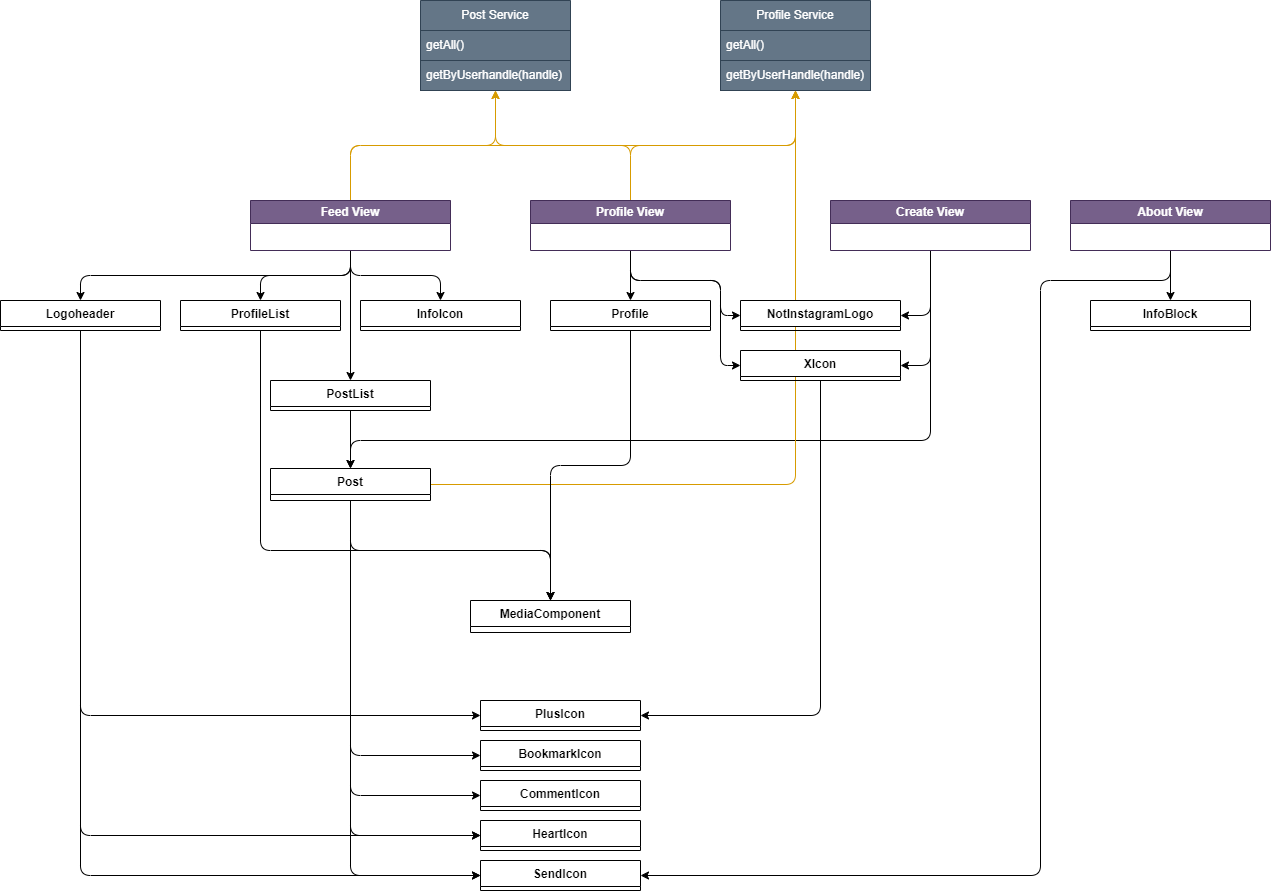
Before: paper/diagrams/uml.png, a diagram exported from draw.io (andreasnicklaus/master). Source tidied: cells renumbered, new cells last; positions are measured from the earlier drawing's top-left corner, leaving out a move shared by most shapes.
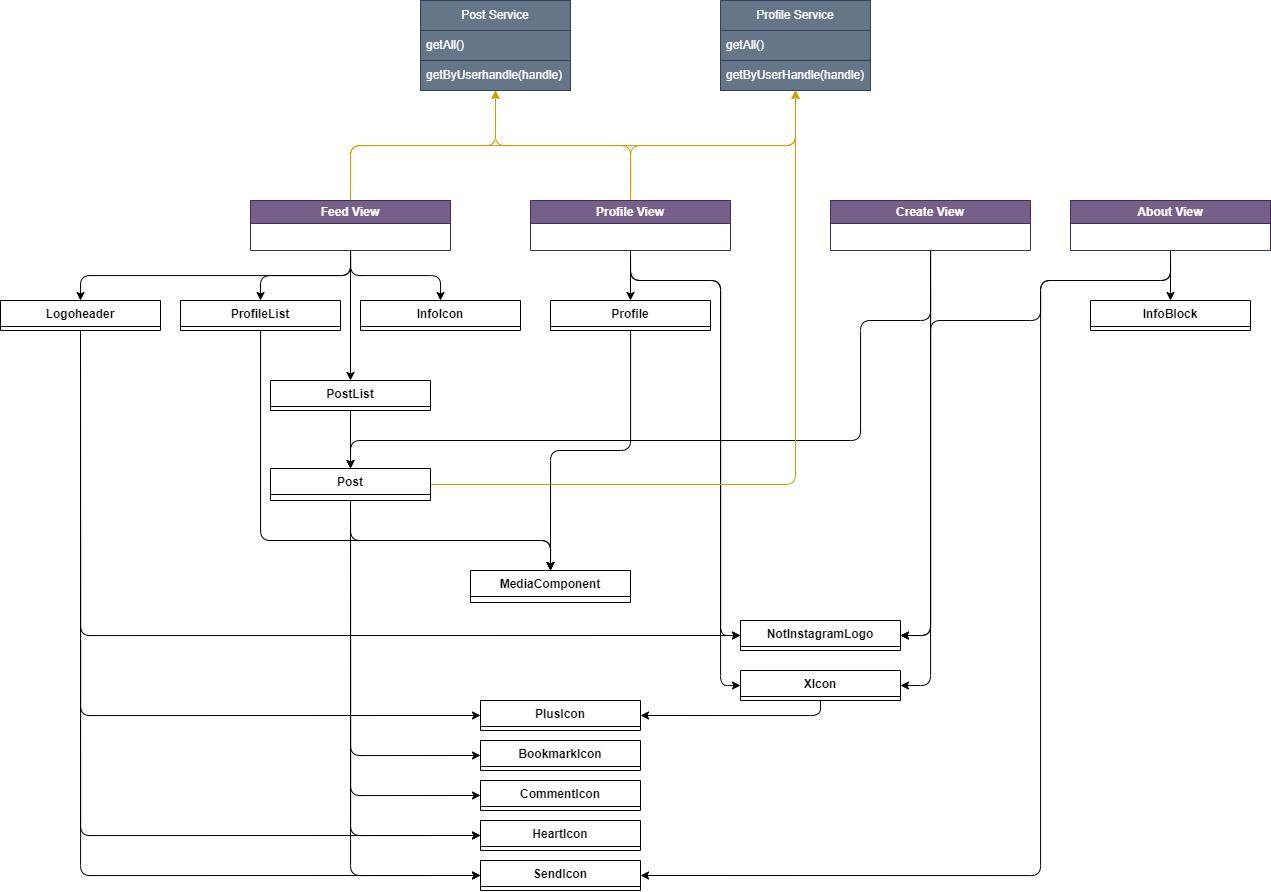
After the commit.

The edit, as a diff of the source:
```diff
@@ -2,6 +2,18 @@
   <root>
     <mxCell id="0" />
     <mxCell id="1" parent="0" />
+    <mxCell id="33" style="edgeStyle=orthogonalEdgeStyle;html=1;entryX=0;entryY=0.5;entryDx=0;entryDy=0;exitX=0.5;exitY=1;exitDx=0;exitDy=0;" parent="1" edge="1" source="38" target="40">
+      <mxGeometry relative="1" as="geometry" />
+    </mxCell>
+    <mxCell id="34" style="edgeStyle=orthogonalEdgeStyle;html=1;entryX=0;entryY=0.5;entryDx=0;entryDy=0;exitX=0.5;exitY=1;exitDx=0;exitDy=0;" parent="1" edge="1" source="38" target="41">
+      <mxGeometry relative="1" as="geometry" />
+    </mxCell>
+    <mxCell id="36" style="edgeStyle=orthogonalEdgeStyle;html=1;entryX=0;entryY=0.5;entryDx=0;entryDy=0;exitX=0.5;exitY=1;exitDx=0;exitDy=0;" parent="1" edge="1" source="38" target="45">
+      <mxGeometry relative="1" as="geometry" />
+    </mxCell>
+    <mxCell id="50" style="edgeStyle=orthogonalEdgeStyle;html=1;entryX=0;entryY=0.5;entryDx=0;entryDy=0;exitX=0.5;exitY=1;exitDx=0;exitDy=0;" parent="1" edge="1" source="52" target="42">
+      <mxGeometry relative="1" as="geometry" />
+    </mxCell>
     <mxCell id="2" style="edgeStyle=orthogonalEdgeStyle;html=1;entryX=0.5;entryY=0;entryDx=0;entryDy=0;" parent="1" edge="1" source="8" target="29">
       <mxGeometry relative="1" as="geometry" />
     </mxCell>
@@ -40,7 +52,7 @@
         <Array as="points">
           <mxPoint x="630" y="280" />
           <mxPoint x="720" y="280" />
-          <mxPoint x="720" y="315" />
+          <mxPoint x="720" y="635" />
         </Array>
       </mxGeometry>
     </mxCell>
@@ -49,7 +61,7 @@
         <Array as="points">
           <mxPoint x="630" y="280" />
           <mxPoint x="720" y="280" />
-          <mxPoint x="720" y="365" />
+          <mxPoint x="720" y="685" />
         </Array>
       </mxGeometry>
     </mxCell>
@@ -65,16 +77,26 @@
     <mxCell id="18" style="edgeStyle=orthogonalEdgeStyle;html=1;entryX=0.5;entryY=0;entryDx=0;entryDy=0;exitX=0.5;exitY=1;exitDx=0;exitDy=0;" parent="1" edge="1" source="21" target="38">
       <mxGeometry relative="1" as="geometry">
         <Array as="points">
-          <mxPoint x="930" y="440" />
+          <mxPoint x="930" y="320" />
+          <mxPoint x="860" y="320" />
+          <mxPoint x="860" y="440" />
           <mxPoint x="350" y="440" />
         </Array>
       </mxGeometry>
     </mxCell>
     <mxCell id="19" style="edgeStyle=orthogonalEdgeStyle;html=1;entryX=1;entryY=0.5;entryDx=0;entryDy=0;" parent="1" edge="1" source="21" target="53">
-      <mxGeometry relative="1" as="geometry" />
+      <mxGeometry relative="1" as="geometry">
+        <Array as="points">
+          <mxPoint x="930" y="635" />
+        </Array>
+      </mxGeometry>
     </mxCell>
     <mxCell id="20" style="edgeStyle=orthogonalEdgeStyle;html=1;entryX=1;entryY=0.5;entryDx=0;entryDy=0;" parent="1" edge="1" source="21" target="47">
-      <mxGeometry relative="1" as="geometry" />
+      <mxGeometry relative="1" as="geometry">
+        <Array as="points">
+          <mxPoint x="930" y="685" />
+        </Array>
+      </mxGeometry>
     </mxCell>
     <mxCell id="21" value="Create View" style="swimlane;whiteSpace=wrap;html=1;startSize=23;fillColor=#76608a;fontColor=#ffffff;strokeColor=#432D57;" parent="1" vertex="1">
       <mxGeometry x="830" y="200" width="200" height="50" as="geometry" />
@@ -91,6 +113,17 @@
         </Array>
       </mxGeometry>
     </mxCell>
+    <mxCell id="56" style="edgeStyle=orthogonalEdgeStyle;html=1;entryX=1;entryY=0.5;entryDx=0;entryDy=0;exitX=0.5;exitY=1;exitDx=0;exitDy=0;" parent="1" edge="1" source="24" target="53">
+      <mxGeometry relative="1" as="geometry">
+        <Array as="points">
+          <mxPoint x="1170" y="280" />
+          <mxPoint x="1040" y="280" />
+          <mxPoint x="1040" y="320" />
+          <mxPoint x="930" y="320" />
+          <mxPoint x="930" y="635" />
+        </Array>
+      </mxGeometry>
+    </mxCell>
     <mxCell id="24" value="About View" style="swimlane;whiteSpace=wrap;html=1;fillColor=#76608a;fontColor=#ffffff;strokeColor=#432D57;" parent="1" vertex="1">
       <mxGeometry x="1070" y="200" width="200" height="50" as="geometry" />
     </mxCell>
@@ -106,8 +139,8 @@
     <mxCell id="28" style="edgeStyle=orthogonalEdgeStyle;html=1;entryX=0.5;entryY=0;entryDx=0;entryDy=0;" parent="1" edge="1" source="29" target="39">
       <mxGeometry relative="1" as="geometry">
         <Array as="points">
-          <mxPoint x="260" y="550" />
-          <mxPoint x="550" y="550" />
+          <mxPoint x="260" y="540" />
+          <mxPoint x="550" y="540" />
         </Array>
       </mxGeometry>
     </mxCell>
@@ -121,20 +154,16 @@
       <mxGeometry x="270" y="380" width="160" height="30" as="geometry" />
     </mxCell>
     <mxCell id="32" style="edgeStyle=orthogonalEdgeStyle;html=1;entryX=0.5;entryY=0;entryDx=0;entryDy=0;exitX=0.5;exitY=1;exitDx=0;exitDy=0;" parent="1" edge="1" source="38" target="39">
-      <mxGeometry relative="1" as="geometry" />
+      <mxGeometry relative="1" as="geometry">
+        <Array as="points">
+          <mxPoint x="350" y="540" />
+          <mxPoint x="550" y="540" />
+        </Array>
+      </mxGeometry>
     </mxCell>
-    <mxCell id="33" style="edgeStyle=orthogonalEdgeStyle;html=1;entryX=0;entryY=0.5;entryDx=0;entryDy=0;exitX=0.5;exitY=1;exitDx=0;exitDy=0;" parent="1" edge="1" source="38" target="40">
-      <mxGeometry relative="1" as="geometry" />
-    </mxCell>
-    <mxCell id="34" style="edgeStyle=orthogonalEdgeStyle;html=1;entryX=0;entryY=0.5;entryDx=0;entryDy=0;exitX=0.5;exitY=1;exitDx=0;exitDy=0;" parent="1" edge="1" source="38" target="41">
-      <mxGeometry relative="1" as="geometry" />
-    </mxCell>
     <mxCell id="35" style="edgeStyle=orthogonalEdgeStyle;html=1;entryX=0;entryY=0.5;entryDx=0;entryDy=0;exitX=0.5;exitY=1;exitDx=0;exitDy=0;" parent="1" edge="1" source="38" target="42">
       <mxGeometry relative="1" as="geometry" />
     </mxCell>
-    <mxCell id="36" style="edgeStyle=orthogonalEdgeStyle;html=1;entryX=0;entryY=0.5;entryDx=0;entryDy=0;exitX=0.5;exitY=1;exitDx=0;exitDy=0;" parent="1" edge="1" source="38" target="45">
-      <mxGeometry relative="1" as="geometry" />
-    </mxCell>
     <mxCell id="37" style="edgeStyle=orthogonalEdgeStyle;html=1;entryX=0.5;entryY=1;entryDx=0;entryDy=0;fillColor=#ffe6cc;strokeColor=#d79b00;" parent="1" edge="1" source="38" target="25">
       <mxGeometry relative="1" as="geometry" />
     </mxCell>
@@ -142,7 +171,7 @@
       <mxGeometry x="270" y="468" width="160" height="32" as="geometry" />
     </mxCell>
     <mxCell id="39" value="MediaComponent" style="swimlane;fontStyle=1;align=center;verticalAlign=top;horizontal=1;startSize=26;" parent="1" vertex="1">
-      <mxGeometry x="470" y="600" width="160" height="32" as="geometry" />
+      <mxGeometry x="470" y="570" width="160" height="32" as="geometry" />
     </mxCell>
     <mxCell id="40" value="BookmarkIcon" style="swimlane;fontStyle=1;align=center;verticalAlign=top;horizontal=1;startSize=26;" parent="1" vertex="1">
       <mxGeometry x="480" y="740" width="160" height="30" as="geometry" />
@@ -166,7 +195,7 @@
       <mxGeometry relative="1" as="geometry" />
     </mxCell>
     <mxCell id="47" value="XIcon" style="swimlane;fontStyle=1;align=center;verticalAlign=top;horizontal=1;startSize=26;" parent="1" vertex="1">
-      <mxGeometry x="740" y="350" width="160" height="30" as="geometry" />
+      <mxGeometry x="740" y="670" width="160" height="30" as="geometry" />
     </mxCell>
     <mxCell id="48" value="InfoBlock" style="swimlane;fontStyle=1;align=center;verticalAlign=top;horizontal=1;startSize=26;" parent="1" vertex="1">
       <mxGeometry x="1090" y="300" width="160" height="30" as="geometry" />
@@ -174,9 +203,6 @@
     <mxCell id="49" style="edgeStyle=orthogonalEdgeStyle;html=1;entryX=0;entryY=0.5;entryDx=0;entryDy=0;exitX=0.5;exitY=1;exitDx=0;exitDy=0;" parent="1" edge="1" source="52" target="44">
       <mxGeometry relative="1" as="geometry" />
     </mxCell>
-    <mxCell id="50" style="edgeStyle=orthogonalEdgeStyle;html=1;entryX=0;entryY=0.5;entryDx=0;entryDy=0;exitX=0.5;exitY=1;exitDx=0;exitDy=0;" parent="1" edge="1" source="52" target="42">
-      <mxGeometry relative="1" as="geometry" />
-    </mxCell>
     <mxCell id="51" style="edgeStyle=orthogonalEdgeStyle;html=1;entryX=0;entryY=0.5;entryDx=0;entryDy=0;exitX=0.5;exitY=1;exitDx=0;exitDy=0;" parent="1" edge="1" source="52" target="45">
       <mxGeometry relative="1" as="geometry" />
     </mxCell>
@@ -184,7 +210,7 @@
       <mxGeometry y="300" width="160" height="30" as="geometry" />
     </mxCell>
     <mxCell id="53" value="NotInstagramLogo" style="swimlane;fontStyle=1;align=center;verticalAlign=top;horizontal=1;startSize=26;" parent="1" vertex="1">
-      <mxGeometry x="740" y="300" width="160" height="30" as="geometry" />
+      <mxGeometry x="740" y="620" width="160" height="30" as="geometry" />
     </mxCell>
     <mxCell id="54" style="edgeStyle=orthogonalEdgeStyle;html=1;entryX=0.5;entryY=0;entryDx=0;entryDy=0;" parent="1" edge="1" source="55" target="39">
       <mxGeometry relative="1" as="geometry" />
@@ -192,5 +218,8 @@
     <mxCell id="55" value="Profile" style="swimlane;fontStyle=1;align=center;verticalAlign=top;horizontal=1;startSize=26;" parent="1" vertex="1">
       <mxGeometry x="550" y="300" width="160" height="30" as="geometry" />
     </mxCell>
+    <mxCell id="57" style="edgeStyle=orthogonalEdgeStyle;html=1;entryX=0;entryY=0.5;entryDx=0;entryDy=0;exitX=0.5;exitY=1;exitDx=0;exitDy=0;jumpStyle=none;" parent="1" edge="1" source="52" target="53">
+      <mxGeometry relative="1" as="geometry" />
+    </mxCell>
   </root>
 </mxGraphModel>
```
